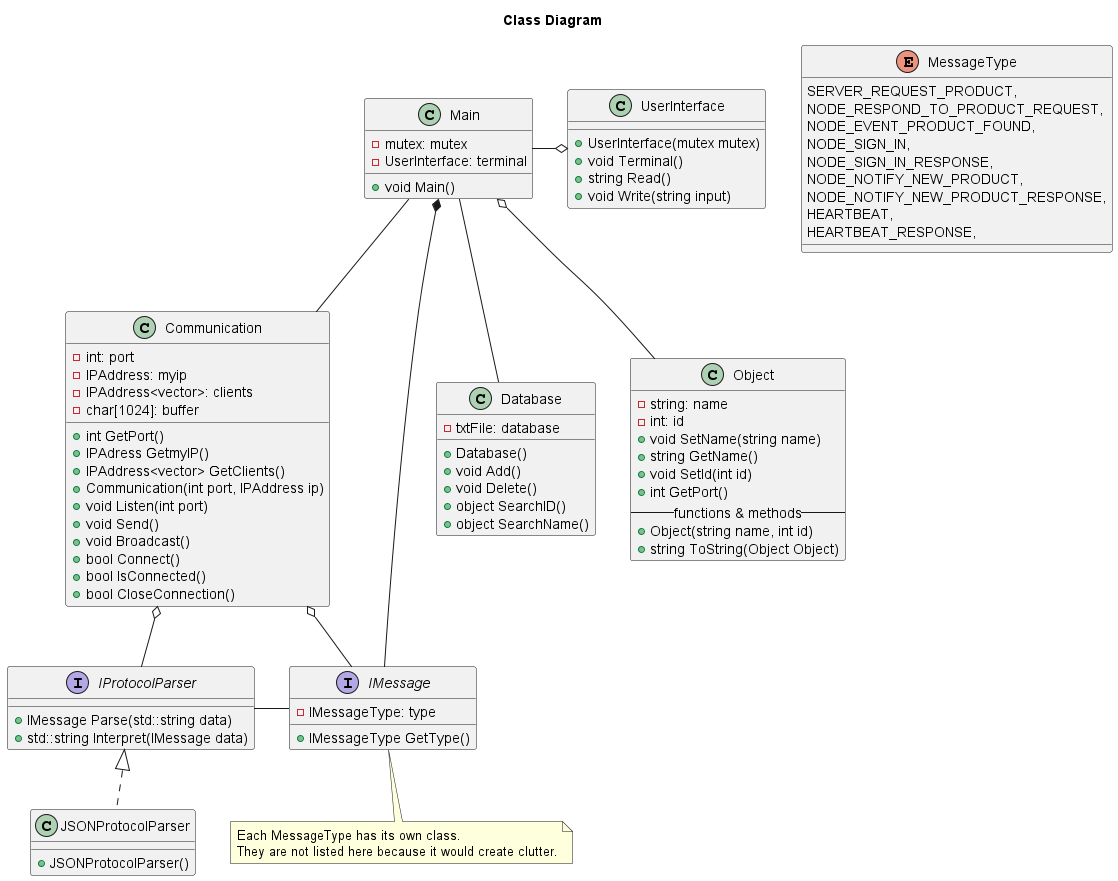
The PlantUML diagram Designs/Server Design/ClassDiagram.png in T3-FindIt/FindIt, before a commit.
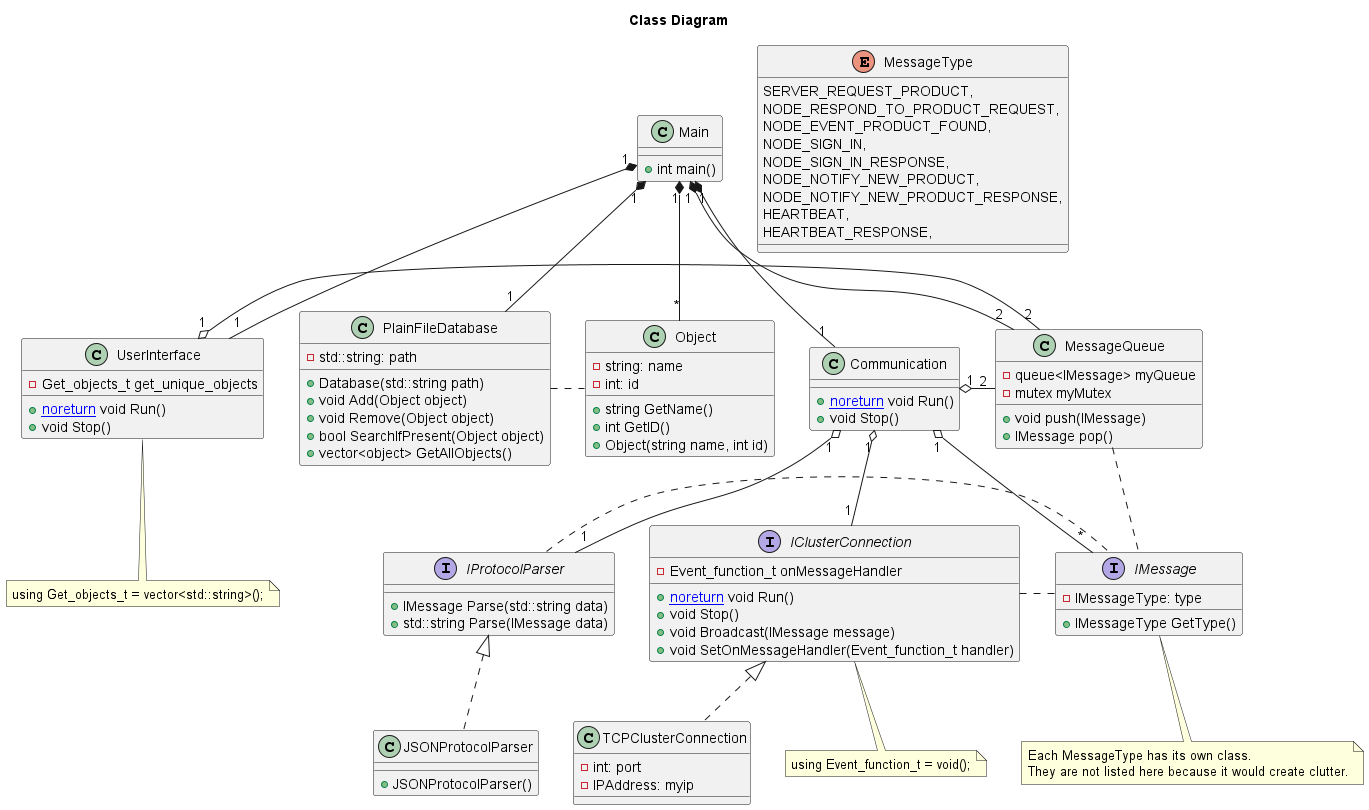
Later version of the same file.

The edit, as a diff of the source:
```diff
@@ -3,43 +3,46 @@
 
 Class Communication
 {
+    {method} + [[noreturn]] void Run()
+    {method} + void Stop()
+}
+
+interface IClusterConnection
+{
+    {field} - Event_function_t onMessageHandler
+    {method} + [[noreturn]] void Run()
+    {method} + void Stop()
+    {method} + void Broadcast(IMessage message)
+    {method} + void SetOnMessageHandler(Event_function_t handler)
+}
+
+note bottom of IClusterConnection
+using Event_function_t = void();
+end note
+
+class TCPClusterConnection
+{
     {field} - int: port
     {field} - IPAddress: myip
-    {field} - IPAddress<vector>: clients
-    {field} - char[1024]: buffer
-    {method} + int GetPort()
-    {method} + IPAdress GetmyIP()
-    {method} + IPAddress<vector> GetClients()
-    {method} + Communication(int port, IPAddress ip)
-    {method} + void Listen(int port)
-    {method} + void Send()
-    {method} + void Broadcast()
-    {method} + bool Connect()
-    {method} + bool IsConnected()
-    {method} + bool CloseConnection()
 }
 
-Class Database
+Class PlainFileDatabase
 {
-    {field} - txtFile: database
-    {method} + Database()
-    {method} + void Add()
-    {method} + void Delete()
-    {method} + object SearchID()
-    {method} + object SearchName()
+    {field} - std::string: path
+    {method} + Database(std::string path)
+    {method} + void Add(Object object)
+    {method} + void Remove(Object object)
+    {method} + bool SearchIfPresent(Object object)
+    {method} + vector<object> GetAllObjects()
 }
 
 Class Object
 {
     {field} - string: name
     {field} - int: id
-    {method} + void SetName(string name)
     {method} + string GetName()
-    {method} + void SetId(int id)
-    {method} + int GetPort()
-    -- functions & methods --
+    {method} + int GetID()
     {method} + Object(string name, int id)
-    {method} + string ToString(Object Object)
 }
 
 enum MessageType
@@ -69,7 +72,7 @@
 interface IProtocolParser
 {
     {method} + IMessage Parse(std::string data)
-    {method} + std::string Interpret(IMessage data)
+    {method} + std::string Parse(IMessage data)
 }
 
 Class JSONProtocolParser
@@ -79,31 +82,49 @@
 
 Class UserInterface
 {
-    {method} + UserInterface(mutex mutex)
-    {method} + void Terminal()
-    {method} + string Read()
-    {method} + void Write(string input)
+    {field} - Get_objects_t get_unique_objects
+    {method} + [[noreturn]] void Run()
+    {method} + void Stop()
 }
+
+note bottom of UserInterface
+using Get_objects_t = vector<std::string>();
+end note
 
 Class Main
 {
-    {field} - mutex: mutex
-    {field} - UserInterface: terminal
-    {method} + void Main()
+    {method} + int main()
 }
 
+Class MessageQueue
+{
+    {field} - queue<IMessage> myQueue
+    {field} - mutex myMutex
+    {method} + void push(IMessage)
+    {method} + IMessage pop()
+}
 
+Main "1" *-- "1" UserInterface
+Main "1" *-- "*" Object
+Main "1" *-- "1" PlainFileDatabase
+Main "1" *-- "1" Communication
+Main "1" *-- "2" MessageQueue
 
-Main -o UserInterface
-Main o-- Object
-Main -- Database
-Main -- Communication
-Main *-- IMessage
-Communication o-- IMessage
+Communication "1" o-- "*" IMessage
+Communication "1" o-- "1" IProtocolParser
+Communication "1" o-- "1" IClusterConnection
+
 IProtocolParser <|.. JSONProtocolParser
-IProtocolParser - IMessage
-Communication o-- IProtocolParser
+IProtocolParser . IMessage
 
+IClusterConnection <|.. TCPClusterConnection
+IClusterConnection . IMessage
 
+PlainFileDatabase . Object
+
+MessageQueue . IMessage
+
+UserInterface "1" o- "2" MessageQueue
+Communication "1" o- "2" MessageQueue
 
 @enduml
```
